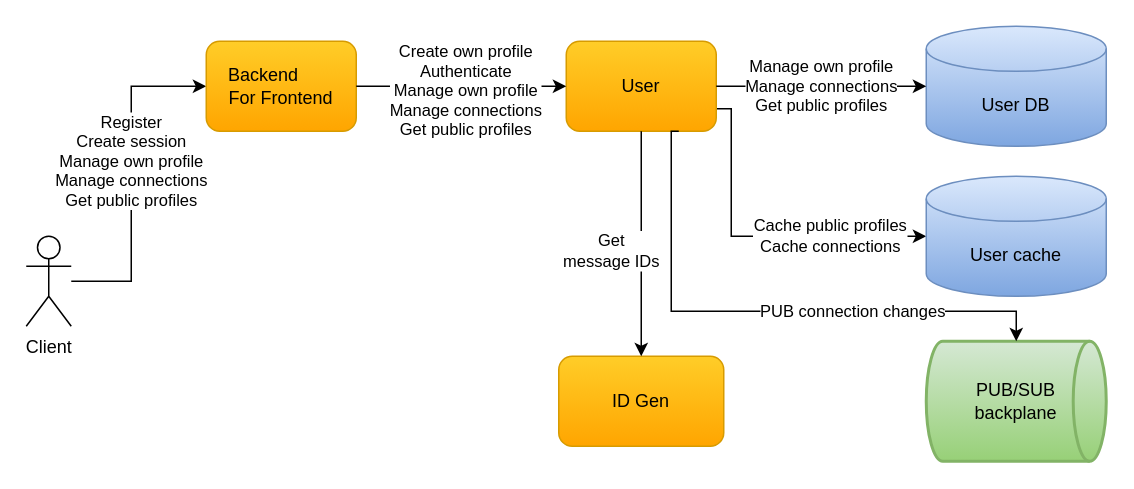
Before: docs/diagrams/cecochat-users.drawio in cvetomir-todorov/CecoChat, a draw.io diagram. Source tidied: cells renumbered, new cells numbered last; positions are measured from the earlier drawing's top-left corner, leaving out a move shared by most shapes. Both pictures are drawn from the tidied source at 150%, with x=0, y=0 at pixel (26, 26).
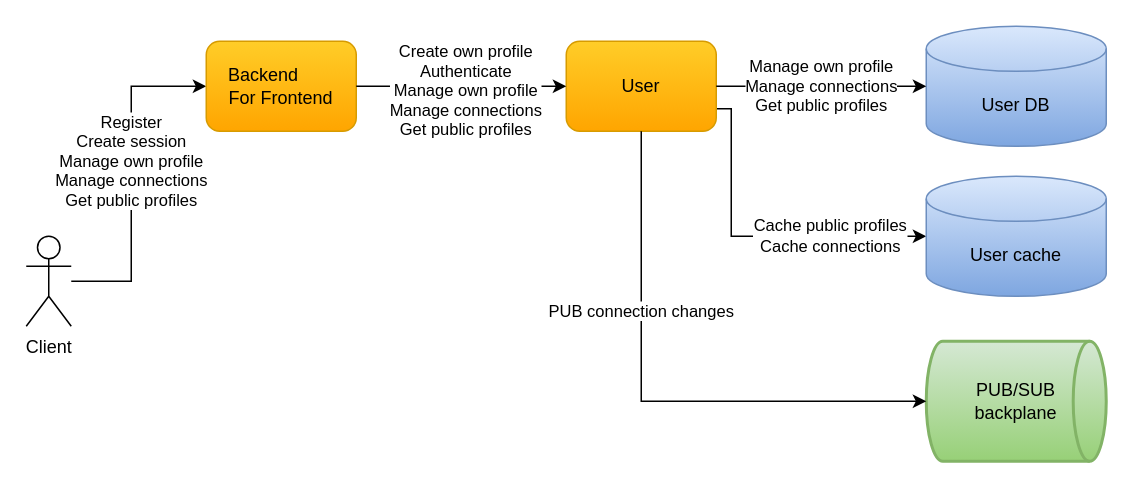
The same page after the edit.

The change refers to these unchanged cells:
```xml
<mxCell id="6" value="&lt;font style=&quot;font-size: 12px&quot;&gt;User&lt;/font&gt;" style="rounded=1;whiteSpace=wrap;html=1;gradientColor=#ffa500;fillColor=#ffcd28;strokeColor=#d79b00;" parent="1" vertex="1">
  <mxGeometry x="360" y="10" width="100" height="60" as="geometry" />
</mxCell>
<mxCell id="13" value="PUB/SUB&lt;br&gt;backplane" style="strokeWidth=2;html=1;shape=mxgraph.flowchart.direct_data;whiteSpace=wrap;gradientColor=#97d077;fillColor=#d5e8d4;strokeColor=#82b366;" parent="1" vertex="1">
  <mxGeometry x="600" y="210" width="120" height="80" as="geometry" />
</mxCell>
```

The edit, as a diff of the source:
```diff
@@
-    <mxCell id="11" value="&lt;font style=&quot;font-size: 12px&quot;&gt;ID Gen&lt;/font&gt;" style="rounded=1;whiteSpace=wrap;html=1;gradientColor=#ffa500;fillColor=#ffcd28;strokeColor=#d79b00;" parent="1" vertex="1">
-      <mxGeometry x="355" y="220" width="110" height="60" as="geometry" />
-    </mxCell>
-    <mxCell id="12" value="Get&lt;br&gt;message IDs" style="endArrow=classic;html=1;exitX=0.5;exitY=1;exitDx=0;exitDy=0;rounded=0;edgeStyle=orthogonalEdgeStyle;entryX=0.5;entryY=0;entryDx=0;entryDy=0;" parent="1" edge="1" source="6" target="11">
-      <mxGeometry x="0.07" y="-20" relative="1" as="geometry" />
-    </mxCell>
@@
-    <mxCell id="14" value="PUB connection changes" style="endArrow=classic;html=1;entryX=0.5;entryY=0;entryDx=0;entryDy=0;rounded=0;edgeStyle=orthogonalEdgeStyle;entryPerimeter=0;exitX=0.75;exitY=1;exitDx=0;exitDy=0;" parent="1" edge="1" source="6" target="13">
-      <mxGeometry x="0.31" relative="1" as="geometry">
+    <mxCell id="14" value="PUB connection changes" style="endArrow=classic;html=1;entryX=0;entryY=0.5;entryDx=0;entryDy=0;rounded=0;edgeStyle=orthogonalEdgeStyle;entryPerimeter=0;exitX=0.5;exitY=1;exitDx=0;exitDy=0;" parent="1" edge="1" source="6" target="13">
+      <mxGeometry x="-0.35" relative="1" as="geometry">
         <Array as="points">
-          <mxPoint x="430" y="70" />
-          <mxPoint x="430" y="190" />
-          <mxPoint x="660" y="190" />
+          <mxPoint x="410" y="250" />
         </Array>
       </mxGeometry>
     </mxCell>
```
